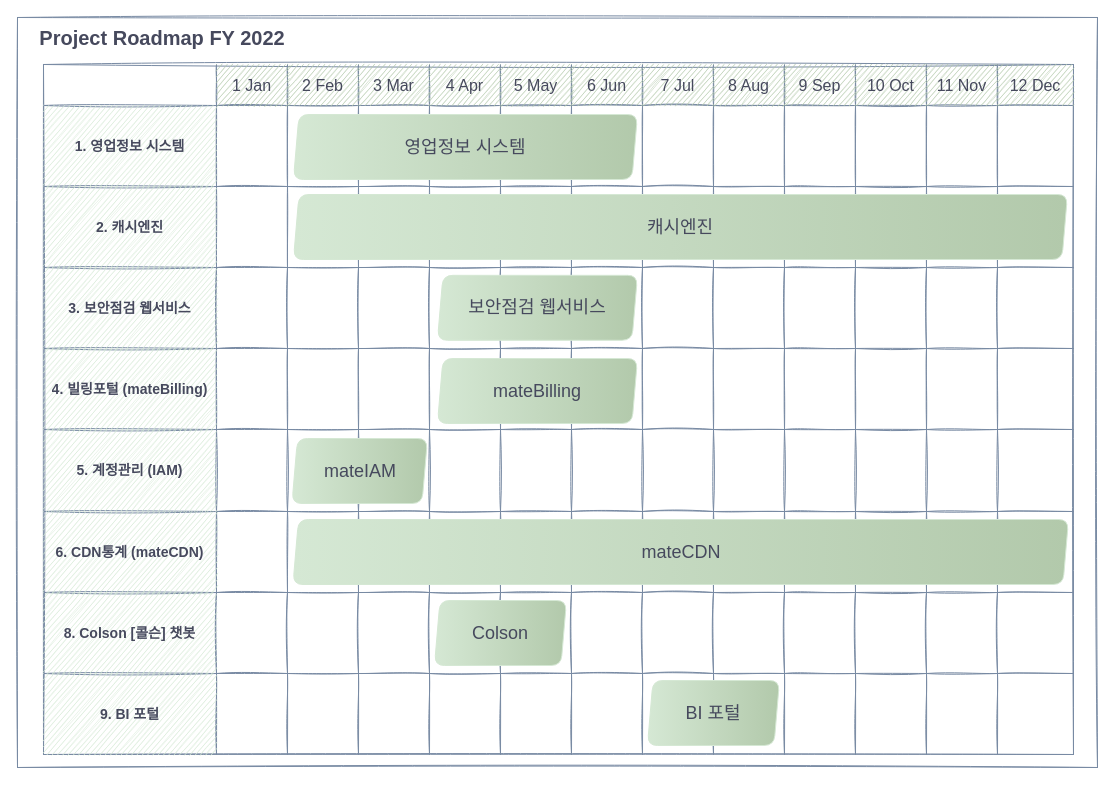
rokag3-gb/draw.io keeps this draw.io diagram as page "프로젝트 로드맵" (1 of 4) of Project List.drawio. Above is the earlier version. Source tidied: cells renumbered, new cells numbered last; positions are measured from the earlier drawing's top-left corner, leaving out a move shared by most shapes. Both pictures are drawn from the tidied source at 100%, with x=0, y=0 at pixel (17, 17).
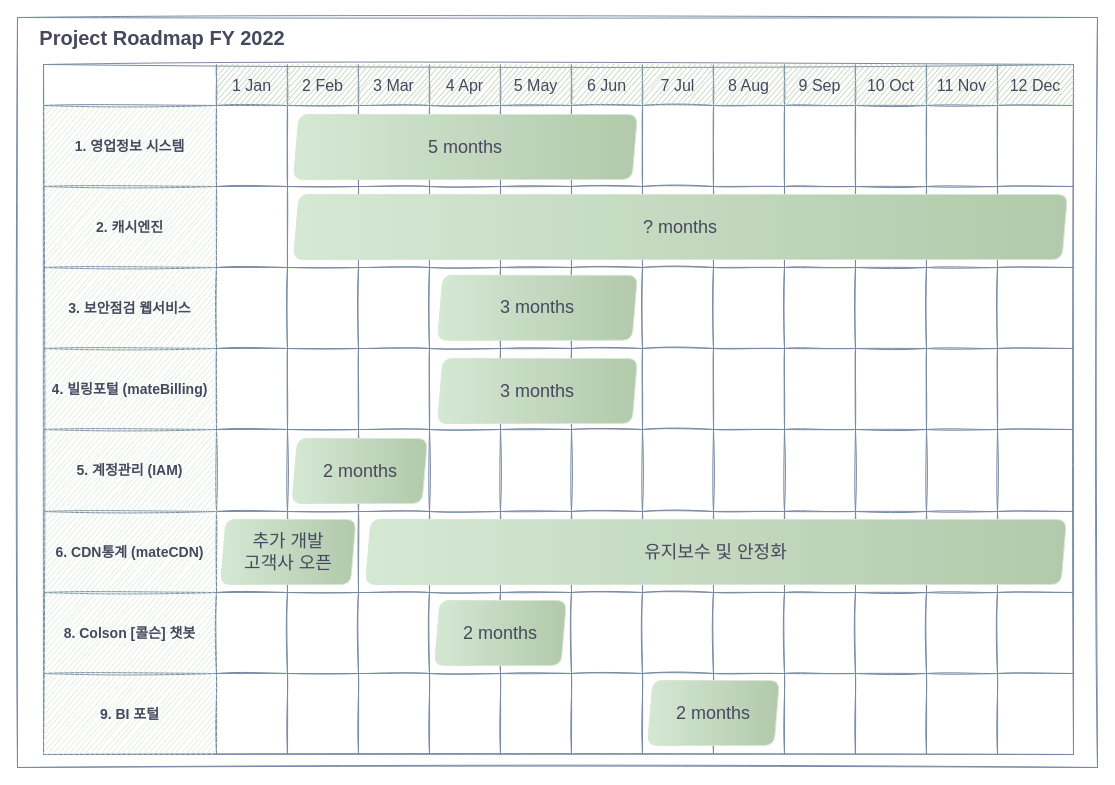
The same diagram, later.

What changed in the source:
```diff
@@
-    <mxCell id="131" value="mateIAM" style="shape=parallelogram;perimeter=parallelogramPerimeter;whiteSpace=wrap;html=1;fixedSize=1;fontSize=18;verticalAlign=middle;dashed=0;fontStyle=0;rounded=1;size=5.5;spacing=10;fillColor=#D5E8D4;strokeColor=#D5E8D4;fontColor=#46495D;sketch=0;fillStyle=auto;gradientColor=#B2C9AB;shadow=0;gradientDirection=east;" parent="1" vertex="1">
+    <mxCell id="131" value="2 months" style="shape=parallelogram;perimeter=parallelogramPerimeter;whiteSpace=wrap;html=1;fixedSize=1;fontSize=18;verticalAlign=middle;dashed=0;fontStyle=0;rounded=1;size=5.5;spacing=10;fillColor=#D5E8D4;strokeColor=#D5E8D4;fontColor=#46495D;sketch=0;fillStyle=auto;gradientColor=#B2C9AB;shadow=0;gradientDirection=east;" parent="1" vertex="1">
       <mxGeometry x="274.5" y="421" width="135.5" height="65" as="geometry" />
     </mxCell>
-    <mxCell id="132" value="영업정보 시스템" style="shape=parallelogram;perimeter=parallelogramPerimeter;whiteSpace=wrap;html=1;fixedSize=1;fontSize=18;verticalAlign=middle;dashed=0;fontStyle=0;rounded=1;size=5.5;spacing=10;fillColor=#D5E8D4;strokeColor=#D5E8D4;fontColor=#46495D;sketch=0;fillStyle=auto;gradientColor=#B2C9AB;shadow=0;gradientDirection=east;" parent="1" vertex="1">
+    <mxCell id="132" value="5 months" style="shape=parallelogram;perimeter=parallelogramPerimeter;whiteSpace=wrap;html=1;fixedSize=1;fontSize=18;verticalAlign=middle;dashed=0;fontStyle=0;rounded=1;size=5.5;spacing=10;fillColor=#D5E8D4;strokeColor=#D5E8D4;fontColor=#46495D;sketch=0;fillStyle=auto;gradientColor=#B2C9AB;shadow=0;gradientDirection=east;" parent="1" vertex="1">
       <mxGeometry x="276" y="97" width="344" height="65" as="geometry" />
     </mxCell>
-    <mxCell id="133" value="캐시엔진" style="shape=parallelogram;perimeter=parallelogramPerimeter;whiteSpace=wrap;html=1;fixedSize=1;fontSize=18;verticalAlign=middle;dashed=0;fontStyle=0;rounded=1;size=5.5;spacing=10;fillColor=#D5E8D4;strokeColor=#D5E8D4;fontColor=#46495D;sketch=0;fillStyle=auto;gradientColor=#B2C9AB;shadow=0;gradientDirection=east;" parent="1" vertex="1">
+    <mxCell id="133" value="? months" style="shape=parallelogram;perimeter=parallelogramPerimeter;whiteSpace=wrap;html=1;fixedSize=1;fontSize=18;verticalAlign=middle;dashed=0;fontStyle=0;rounded=1;size=5.5;spacing=10;fillColor=#D5E8D4;strokeColor=#D5E8D4;fontColor=#46495D;sketch=0;fillStyle=auto;gradientColor=#B2C9AB;shadow=0;gradientDirection=east;" parent="1" vertex="1">
       <mxGeometry x="276" y="177" width="774" height="65" as="geometry" />
     </mxCell>
-    <mxCell id="134" value="mateBilling" style="shape=parallelogram;perimeter=parallelogramPerimeter;whiteSpace=wrap;html=1;fixedSize=1;fontSize=18;verticalAlign=middle;dashed=0;fontStyle=0;rounded=1;size=5.5;spacing=10;fillColor=#D5E8D4;strokeColor=#D5E8D4;fontColor=#46495D;sketch=0;fillStyle=auto;gradientColor=#B2C9AB;shadow=0;gradientDirection=east;" parent="1" vertex="1">
+    <mxCell id="134" value="3 months" style="shape=parallelogram;perimeter=parallelogramPerimeter;whiteSpace=wrap;html=1;fixedSize=1;fontSize=18;verticalAlign=middle;dashed=0;fontStyle=0;rounded=1;size=5.5;spacing=10;fillColor=#D5E8D4;strokeColor=#D5E8D4;fontColor=#46495D;sketch=0;fillStyle=auto;gradientColor=#B2C9AB;shadow=0;gradientDirection=east;" parent="1" vertex="1">
       <mxGeometry x="420" y="341" width="200" height="65" as="geometry" />
     </mxCell>
-    <mxCell id="135" value="mateCDN" style="shape=parallelogram;perimeter=parallelogramPerimeter;whiteSpace=wrap;html=1;fixedSize=1;fontSize=18;verticalAlign=middle;dashed=0;fontStyle=0;rounded=1;size=5.5;spacing=10;fillColor=#D5E8D4;strokeColor=#D5E8D4;fontColor=#46495D;sketch=0;fillStyle=auto;gradientColor=#B2C9AB;shadow=0;gradientDirection=east;" parent="1" vertex="1">
-      <mxGeometry x="275.5" y="502" width="775.5" height="65" as="geometry" />
+    <mxCell id="135" value="유지보수 및 안정화" style="shape=parallelogram;perimeter=parallelogramPerimeter;whiteSpace=wrap;html=1;fixedSize=1;fontSize=18;verticalAlign=middle;dashed=0;fontStyle=0;rounded=1;size=5.5;spacing=10;fillColor=#D5E8D4;strokeColor=#D5E8D4;fontColor=#46495D;sketch=0;fillStyle=auto;gradientColor=#B2C9AB;shadow=0;gradientDirection=east;" parent="1" vertex="1">
+      <mxGeometry x="348" y="502" width="701" height="65" as="geometry" />
     </mxCell>
-    <mxCell id="136" value="보안점검 웹서비스" style="shape=parallelogram;perimeter=parallelogramPerimeter;whiteSpace=wrap;html=1;fixedSize=1;fontSize=18;verticalAlign=middle;dashed=0;fontStyle=0;rounded=1;size=5.5;spacing=10;fillColor=#D5E8D4;strokeColor=#D5E8D4;fontColor=#46495D;sketch=0;fillStyle=auto;gradientColor=#B2C9AB;shadow=0;gradientDirection=east;" parent="1" vertex="1">
+    <mxCell id="136" value="3 months" style="shape=parallelogram;perimeter=parallelogramPerimeter;whiteSpace=wrap;html=1;fixedSize=1;fontSize=18;verticalAlign=middle;dashed=0;fontStyle=0;rounded=1;size=5.5;spacing=10;fillColor=#D5E8D4;strokeColor=#D5E8D4;fontColor=#46495D;sketch=0;fillStyle=auto;gradientColor=#B2C9AB;shadow=0;gradientDirection=east;" parent="1" vertex="1">
       <mxGeometry x="420" y="257.8" width="200" height="65" as="geometry" />
     </mxCell>
-    <mxCell id="137" value="Colson" style="shape=parallelogram;perimeter=parallelogramPerimeter;whiteSpace=wrap;html=1;fixedSize=1;fontSize=18;verticalAlign=middle;dashed=0;fontStyle=0;rounded=1;size=5.5;spacing=10;fillColor=#D5E8D4;strokeColor=#D5E8D4;fontColor=#46495D;sketch=0;fillStyle=auto;gradientColor=#B2C9AB;shadow=0;gradientDirection=east;" parent="1" vertex="1">
+    <mxCell id="137" value="2 months" style="shape=parallelogram;perimeter=parallelogramPerimeter;whiteSpace=wrap;html=1;fixedSize=1;fontSize=18;verticalAlign=middle;dashed=0;fontStyle=0;rounded=1;size=5.5;spacing=10;fillColor=#D5E8D4;strokeColor=#D5E8D4;fontColor=#46495D;sketch=0;fillStyle=auto;gradientColor=#B2C9AB;shadow=0;gradientDirection=east;" parent="1" vertex="1">
       <mxGeometry x="417" y="583" width="132" height="65" as="geometry" />
     </mxCell>
-    <mxCell id="138" value="BI 포털" style="shape=parallelogram;perimeter=parallelogramPerimeter;whiteSpace=wrap;html=1;fixedSize=1;fontSize=18;verticalAlign=middle;dashed=0;fontStyle=0;rounded=1;size=5.5;spacing=10;fillColor=#D5E8D4;strokeColor=#D5E8D4;fontColor=#46495D;sketch=0;fillStyle=auto;gradientColor=#B2C9AB;shadow=0;gradientDirection=east;" parent="1" vertex="1">
+    <mxCell id="138" value="2 months" style="shape=parallelogram;perimeter=parallelogramPerimeter;whiteSpace=wrap;html=1;fixedSize=1;fontSize=18;verticalAlign=middle;dashed=0;fontStyle=0;rounded=1;size=5.5;spacing=10;fillColor=#D5E8D4;strokeColor=#D5E8D4;fontColor=#46495D;sketch=0;fillStyle=auto;gradientColor=#B2C9AB;shadow=0;gradientDirection=east;" parent="1" vertex="1">
       <mxGeometry x="630" y="663" width="132" height="65" as="geometry" />
     </mxCell>
+    <mxCell id="139" value="추가 개발&lt;br&gt;고객사 오픈" style="shape=parallelogram;perimeter=parallelogramPerimeter;whiteSpace=wrap;html=1;fixedSize=1;fontSize=18;verticalAlign=middle;dashed=0;fontStyle=0;rounded=1;size=5.5;spacing=10;fillColor=#D5E8D4;strokeColor=#D5E8D4;fontColor=#46495D;sketch=0;fillStyle=auto;gradientColor=#B2C9AB;shadow=0;gradientDirection=east;" parent="1" vertex="1">
+      <mxGeometry x="203" y="502" width="135.5" height="65" as="geometry" />
+    </mxCell>
```
